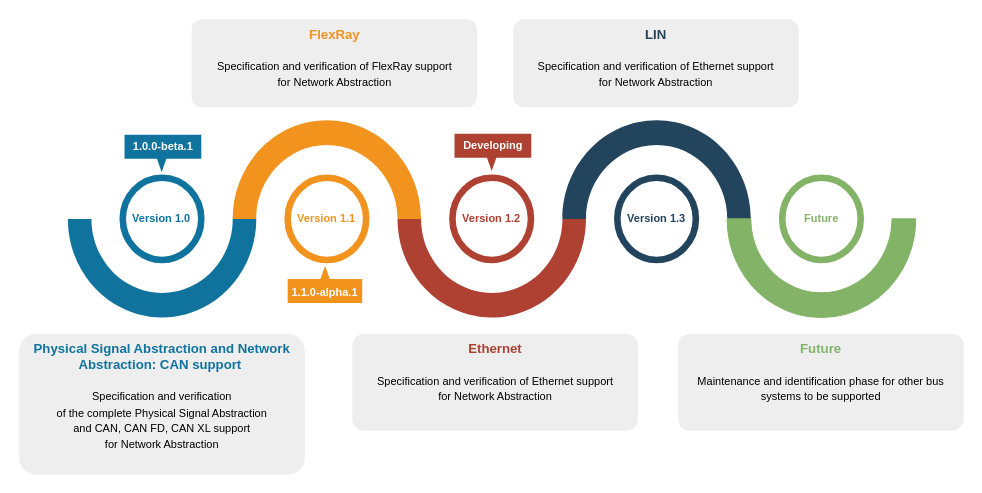
modelica/fmi-ls-bus keeps this draw.io diagram as roadmap_overview.drawio. Above is the earlier version. Source tidied: cells renumbered, new cells numbered last; positions are measured from the earlier drawing's top-left corner, leaving out a move shared by most shapes. Both pictures are drawn from the tidied source at 110%, with x=0, y=0 at pixel (19, 19).
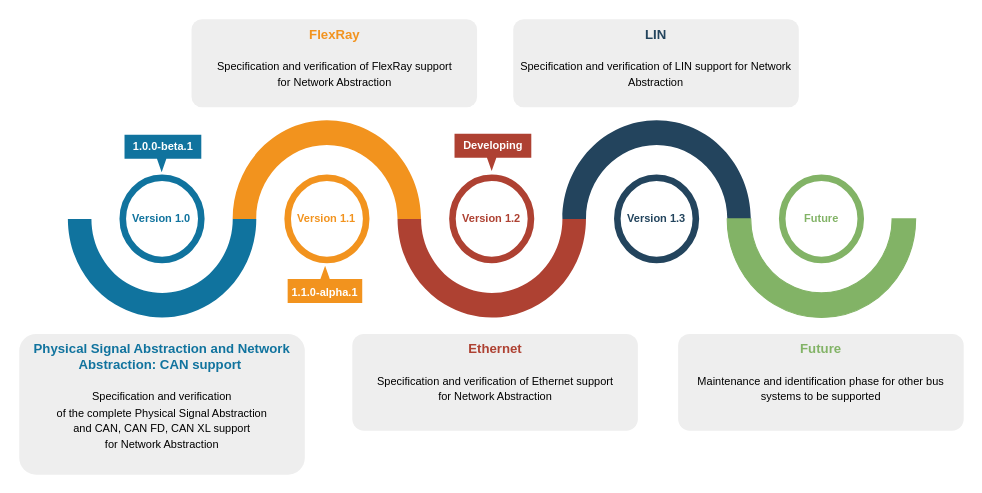
Above is the later version.

Commit message (it also covers changes not shown here):
README: Fix roadmap for LIN referring to Ethernet

What changed in the source:
```diff
@@
-    <mxCell id="13" value="&lt;font style=&quot;&quot;&gt;&lt;b style=&quot;&quot;&gt;&lt;font color=&quot;#23445d&quot;&gt;LIN&lt;/font&gt;&lt;/b&gt;&lt;br style=&quot;font-size: 10px;&quot;&gt;&lt;br style=&quot;font-size: 10px;&quot;&gt;&lt;font size=&quot;1&quot;&gt;Specification and verification of Ethernet&lt;/font&gt;&lt;span style=&quot;font-size: 10px;&quot;&gt;&amp;nbsp;support for&amp;nbsp;Network Abstraction&lt;/span&gt;&lt;br&gt;&lt;/font&gt;" style="rounded=1;strokeColor=none;fillColor=#EEEEEE;align=center;arcSize=12;verticalAlign=top;whiteSpace=wrap;html=1;fontSize=12;" parent="1" vertex="1">
+    <mxCell id="13" value="&lt;font style=&quot;&quot;&gt;&lt;b style=&quot;&quot;&gt;&lt;font color=&quot;#23445d&quot;&gt;LIN&lt;/font&gt;&lt;/b&gt;&lt;br style=&quot;font-size: 10px;&quot;&gt;&lt;br style=&quot;font-size: 10px;&quot;&gt;&lt;font size=&quot;1&quot;&gt;Specification and verification of LIN&amp;nbsp;&lt;/font&gt;&lt;span style=&quot;font-size: 10px;&quot;&gt;support for&amp;nbsp;Network Abstraction&lt;/span&gt;&lt;br&gt;&lt;/font&gt;" style="rounded=1;strokeColor=none;fillColor=#EEEEEE;align=center;arcSize=12;verticalAlign=top;whiteSpace=wrap;html=1;fontSize=12;" parent="1" vertex="1">
       <mxGeometry x="449.1" width="259.6" height="80" as="geometry" />
     </mxCell>
```
